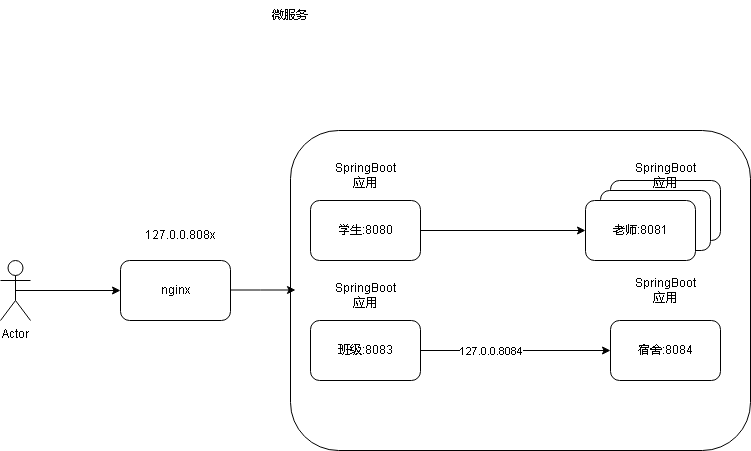
Above: SpringBoot单体应用.png in Strenuitas/shortlink (draw.io), before the change. Source tidied: cells renumbered, new cells last; positions are measured from the earlier drawing's top-left corner, leaving out a move shared by most shapes.
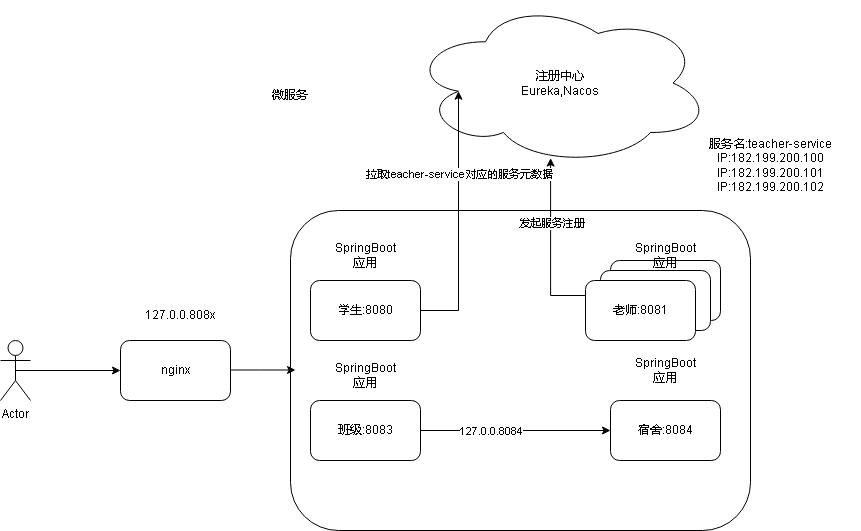
After the commit.

Commit message:
更新SpringBoot单体应用.png

Diff of the diagram source:
```diff
@@ -32,9 +32,6 @@
     <mxCell id="8" value="127.0.0.808x" style="text;html=1;whiteSpace=wrap;strokeColor=none;fillColor=none;align=center;verticalAlign=middle;rounded=0;" parent="1" vertex="1">
       <mxGeometry x="150" y="220" width="60" height="30" as="geometry" />
     </mxCell>
-    <mxCell id="9" style="edgeStyle=orthogonalEdgeStyle;rounded=0;jettySize=auto;html=1;exitX=1;exitY=0.5;exitDx=0;exitDy=0;entryX=0;entryY=0.5;entryDx=0;entryDy=0;" parent="1" edge="1" source="10" target="18">
-      <mxGeometry relative="1" as="geometry" />
-    </mxCell>
     <mxCell id="10" value="&lt;div&gt;&lt;span style=&quot;background-color: transparent; color: light-dark(rgb(0, 0, 0), rgb(255, 255, 255));&quot;&gt;学生:8080&lt;/span&gt;&lt;/div&gt;" style="rounded=1;whiteSpace=wrap;html=1;" parent="1" vertex="1">
       <mxGeometry x="310" y="200" width="110" height="60" as="geometry" />
     </mxCell>
@@ -74,5 +71,23 @@
     <mxCell id="22" value="SpringBoot应用" style="text;html=1;whiteSpace=wrap;strokeColor=none;fillColor=none;align=center;verticalAlign=middle;rounded=0;" parent="1" vertex="1">
       <mxGeometry x="635" y="275" width="60" height="30" as="geometry" />
     </mxCell>
+    <mxCell id="23" value="注册中心&lt;div&gt;Eureka,Nacos&lt;/div&gt;" style="ellipse;shape=cloud;whiteSpace=wrap;html=1;" parent="1" vertex="1">
+      <mxGeometry x="410" y="-80" width="300" height="165" as="geometry" />
+    </mxCell>
+    <mxCell id="24" style="edgeStyle=orthogonalEdgeStyle;rounded=0;jettySize=auto;html=1;exitX=0;exitY=0.25;exitDx=0;exitDy=0;entryX=0.467;entryY=0.955;entryDx=0;entryDy=0;entryPerimeter=0;" parent="1" edge="1" source="18" target="23">
+      <mxGeometry relative="1" as="geometry" />
+    </mxCell>
+    <mxCell id="25" value="发起服务注册" style="edgeLabel;html=1;align=center;verticalAlign=middle;" parent="24" vertex="1">
+      <mxGeometry x="0.25" relative="1" as="geometry" />
+    </mxCell>
+    <mxCell id="26" value="服务名:teacher-service&lt;div&gt;IP:182.199.200.100&lt;/div&gt;&lt;div&gt;IP:182.199.200.101&lt;/div&gt;&lt;div&gt;IP:182.199.200.102&lt;/div&gt;" style="text;html=1;whiteSpace=wrap;strokeColor=none;fillColor=none;align=center;verticalAlign=middle;rounded=0;" parent="1" vertex="1">
+      <mxGeometry x="680" y="70" width="180" height="30" as="geometry" />
+    </mxCell>
+    <mxCell id="27" style="edgeStyle=orthogonalEdgeStyle;rounded=0;jettySize=auto;html=1;exitX=1;exitY=0.5;exitDx=0;exitDy=0;entryX=0.16;entryY=0.55;entryDx=0;entryDy=0;entryPerimeter=0;" parent="1" edge="1" source="10" target="23">
+      <mxGeometry relative="1" as="geometry" />
+    </mxCell>
+    <mxCell id="28" value="拉取teacher-service对应的服务元数据" style="edgeLabel;html=1;align=center;verticalAlign=middle;" parent="27" vertex="1">
+      <mxGeometry x="0.36" relative="1" as="geometry" />
+    </mxCell>
   </root>
 </mxGraphModel>
```
